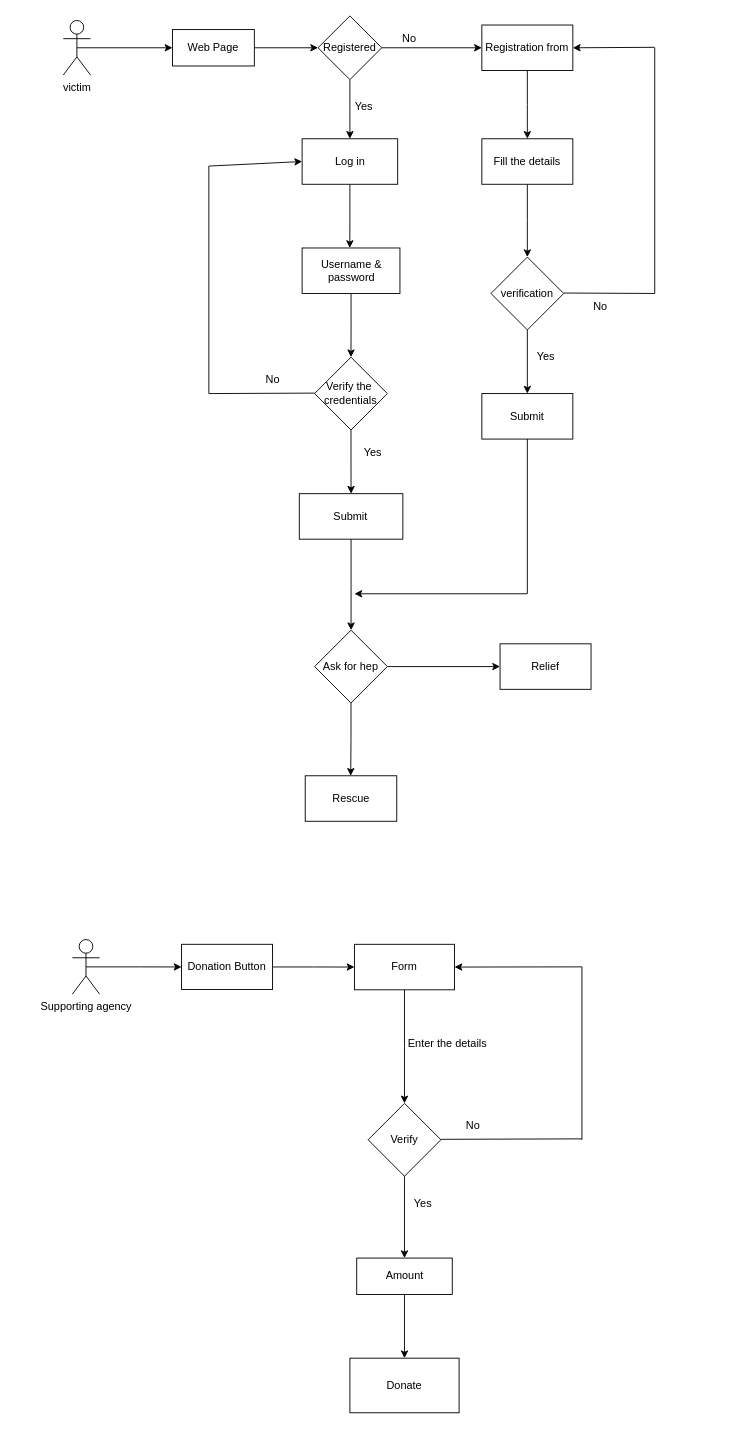
ShubhamJejurkar98/Repository1 keeps this draw.io diagram as CFD Diagram.drawio. Above is the earlier version. Source tidied: cells renumbered, new cells numbered last; positions are measured from the earlier drawing's top-left corner, leaving out a move shared by most shapes. Both pictures are drawn from the tidied source at 91%, with x=0, y=0 at pixel (63, 15).
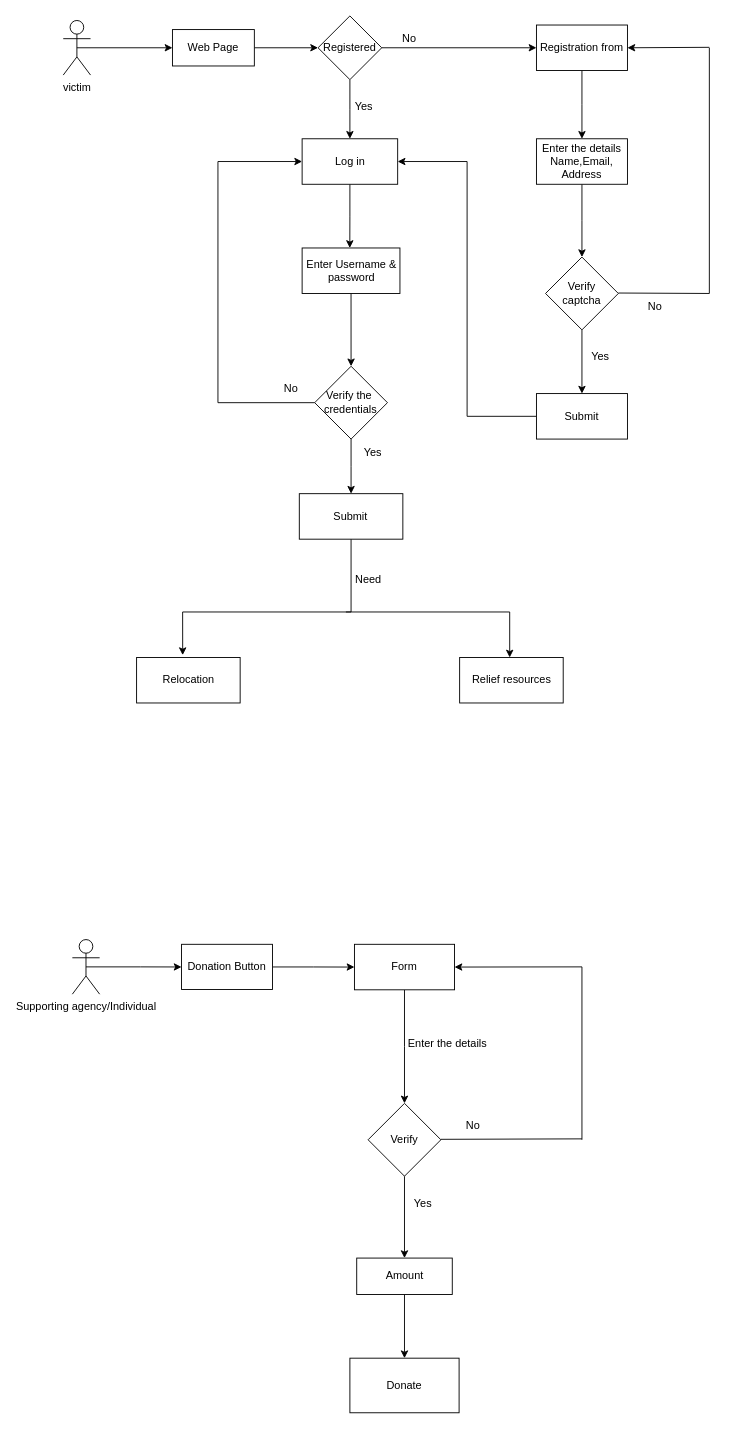
The same diagram, later.

Unchanged cells that the change refers to:
```xml
<mxCell id="24" value="Log in" style="rounded=0;whiteSpace=wrap;html=1;" parent="1" vertex="1">
  <mxGeometry x="262.5" y="135" width="105" height="50" as="geometry" />
</mxCell>
<mxCell id="34" value="Submit" style="rounded=0;whiteSpace=wrap;html=1;" parent="1" vertex="1">
  <mxGeometry x="259.4" y="525" width="113.8" height="50" as="geometry" />
</mxCell>
```

Diff of the diagram source:
```diff
@@
     <mxCell id="11" style="edgeStyle=orthogonalEdgeStyle;rounded=0;jettySize=auto;html=1;exitX=0.5;exitY=1;exitDx=0;exitDy=0;" parent="1" edge="1" source="12">
       <mxGeometry relative="1" as="geometry">
-        <mxPoint x="510" y="135" as="targetPoint" />
+        <mxPoint x="570" y="135" as="targetPoint" />
       </mxGeometry>
     </mxCell>
     <mxCell id="12" value="Registration from" style="rounded=0;whiteSpace=wrap;html=1;" parent="1" vertex="1">
-      <mxGeometry x="460" y="10" width="100" height="50" as="geometry" />
+      <mxGeometry x="520" y="10" width="100" height="50" as="geometry" />
     </mxCell>
     <mxCell id="13" style="edgeStyle=orthogonalEdgeStyle;rounded=0;jettySize=auto;html=1;exitX=0.5;exitY=1;exitDx=0;exitDy=0;" parent="1" edge="1" source="14">
       <mxGeometry relative="1" as="geometry">
-        <mxPoint x="510" y="265" as="targetPoint" />
+        <mxPoint x="570" y="265" as="targetPoint" />
       </mxGeometry>
     </mxCell>
-    <mxCell id="14" value="Fill the details" style="rounded=0;whiteSpace=wrap;html=1;" parent="1" vertex="1">
-      <mxGeometry x="460" y="135" width="100" height="50" as="geometry" />
+    <mxCell id="14" value="Enter the details&lt;br&gt;Name,Email,&lt;br&gt;Address" style="rounded=0;whiteSpace=wrap;html=1;" parent="1" vertex="1">
+      <mxGeometry x="520" y="135" width="100" height="50" as="geometry" />
     </mxCell>
+    <mxCell id="60" style="edgeStyle=orthogonalEdgeStyle;rounded=0;jettySize=auto;html=1;exitX=0;exitY=0.5;exitDx=0;exitDy=0;entryX=1;entryY=0.5;entryDx=0;entryDy=0;" parent="1" edge="1" source="15" target="24">
+      <mxGeometry relative="1" as="geometry" />
+    </mxCell>
     <mxCell id="15" value="Submit" style="rounded=0;whiteSpace=wrap;html=1;" parent="1" vertex="1">
-      <mxGeometry x="460" y="415" width="100" height="50" as="geometry" />
+      <mxGeometry x="520" y="415" width="100" height="50" as="geometry" />
     </mxCell>
@@
-    <mxCell id="17" value="verification" style="rhombus;whiteSpace=wrap;html=1;" parent="1" vertex="1">
-      <mxGeometry x="470" y="265" width="80" height="80" as="geometry" />
+    <mxCell id="17" value="Verify &lt;br&gt;captcha" style="rhombus;whiteSpace=wrap;html=1;" parent="1" vertex="1">
+      <mxGeometry x="530" y="265" width="80" height="80" as="geometry" />
     </mxCell>
     <mxCell id="18" value="Yes" style="text;html=1;align=center;verticalAlign=middle;fillColor=none;strokeColor=none;rounded=0;" parent="1" vertex="1">
-      <mxGeometry x="510" y="360" width="40" height="30" as="geometry" />
+      <mxGeometry x="570" y="360" width="40" height="30" as="geometry" />
     </mxCell>
     <mxCell id="19" style="endArrow=none;html=1;rounded=0;" parent="1" edge="1">
       <mxGeometry relative="1" as="geometry">
-        <mxPoint x="550" y="304.5" as="sourcePoint" />
-        <mxPoint x="650" y="305" as="targetPoint" />
+        <mxPoint x="610" y="304.5" as="sourcePoint" />
+        <mxPoint x="710" y="305" as="targetPoint" />
       </mxGeometry>
     </mxCell>
     <mxCell id="20" value="No" style="text;html=1;align=center;verticalAlign=middle;fillColor=none;strokeColor=none;rounded=0;" parent="1" vertex="1">
-      <mxGeometry x="570" y="305" width="40" height="30" as="geometry" />
+      <mxGeometry x="630" y="305" width="40" height="30" as="geometry" />
     </mxCell>
     <mxCell id="21" style="endArrow=none;html=1;rounded=0;" parent="1" edge="1">
       <mxGeometry relative="1" as="geometry">
-        <mxPoint x="650" y="305" as="sourcePoint" />
-        <mxPoint x="650" y="35" as="targetPoint" />
+        <mxPoint x="710" y="305" as="sourcePoint" />
+        <mxPoint x="710" y="35" as="targetPoint" />
       </mxGeometry>
     </mxCell>
     <mxCell id="22" style="endArrow=classic;html=1;rounded=0;entryX=1;entryY=0.5;entryDx=0;entryDy=0;" parent="1" edge="1" target="12">
       <mxGeometry relative="1" as="geometry">
-        <mxPoint x="650" y="34.5" as="sourcePoint" />
+        <mxPoint x="710" y="34.5" as="sourcePoint" />
       </mxGeometry>
     </mxCell>
@@
-    <mxCell id="26" value="Username &amp;amp; password" style="rounded=0;whiteSpace=wrap;html=1;" parent="1" vertex="1">
+    <mxCell id="26" value="Enter Username &amp;amp; password" style="rounded=0;whiteSpace=wrap;html=1;" parent="1" vertex="1">
       <mxGeometry x="262.5" y="255" width="107.5" height="50" as="geometry" />
     </mxCell>
@@
+    <mxCell id="61" style="edgeStyle=orthogonalEdgeStyle;rounded=0;jettySize=auto;html=1;exitX=0;exitY=0.5;exitDx=0;exitDy=0;entryX=0;entryY=0.5;entryDx=0;entryDy=0;" parent="1" edge="1" source="28" target="24">
+      <mxGeometry relative="1" as="geometry">
+        <Array as="points">
+          <mxPoint x="170" y="425" />
+          <mxPoint x="170" y="160" />
+        </Array>
+      </mxGeometry>
+    </mxCell>
     <mxCell id="28" value="Verify the&amp;nbsp;&lt;br&gt;credentials" style="rhombus;whiteSpace=wrap;html=1;" parent="1" vertex="1">
-      <mxGeometry x="276.2" y="375" width="80" height="80" as="geometry" />
+      <mxGeometry x="276.3" y="385" width="80" height="80" as="geometry" />
     </mxCell>
-    <mxCell id="29" style="endArrow=none;html=1;rounded=0;" parent="1" edge="1">
-      <mxGeometry relative="1" as="geometry">
-        <mxPoint x="276.2" y="414.5" as="sourcePoint" />
-        <mxPoint x="160" y="415" as="targetPoint" />
-      </mxGeometry>
-    </mxCell>
-    <mxCell id="30" style="endArrow=none;html=1;rounded=0;" parent="1" edge="1">
-      <mxGeometry relative="1" as="geometry">
-        <mxPoint x="160" y="415" as="sourcePoint" />
-        <mxPoint x="160" y="165" as="targetPoint" />
-      </mxGeometry>
-    </mxCell>
-    <mxCell id="31" style="endArrow=classic;html=1;rounded=0;entryX=0;entryY=0.5;entryDx=0;entryDy=0;" parent="1" edge="1" target="24">
-      <mxGeometry relative="1" as="geometry">
-        <mxPoint x="160" y="165" as="sourcePoint" />
-      </mxGeometry>
-    </mxCell>
     <mxCell id="32" value="No" style="text;html=1;align=center;verticalAlign=middle;fillColor=none;strokeColor=none;rounded=0;" parent="1" vertex="1">
-      <mxGeometry x="210" y="385" width="40" height="30" as="geometry" />
+      <mxGeometry x="230" y="395" width="40" height="30" as="geometry" />
     </mxCell>
-    <mxCell id="33" style="edgeStyle=orthogonalEdgeStyle;rounded=0;jettySize=auto;html=1;exitX=0.5;exitY=1;exitDx=0;exitDy=0;" parent="1" edge="1" source="34">
-      <mxGeometry relative="1" as="geometry">
-        <mxPoint x="316.3" y="675" as="targetPoint" />
-      </mxGeometry>
-    </mxCell>
+    <mxCell id="62" style="edgeStyle=orthogonalEdgeStyle;rounded=0;jettySize=auto;html=1;entryX=0.445;entryY=-0.052;entryDx=0;entryDy=0;entryPerimeter=0;exitX=0.5;exitY=1;exitDx=0;exitDy=0;" parent="1" edge="1" source="34" target="63">
+      <mxGeometry relative="1" as="geometry">
+        <Array as="points">
+          <mxPoint x="316" y="655" />
+          <mxPoint x="131" y="655" />
+        </Array>
+      </mxGeometry>
+    </mxCell>
@@
-    <mxCell id="36" style="edgeStyle=orthogonalEdgeStyle;rounded=0;jettySize=auto;html=1;exitX=1;exitY=0.5;exitDx=0;exitDy=0;" parent="1" edge="1" source="38" target="39">
-      <mxGeometry relative="1" as="geometry" />
-    </mxCell>
-    <mxCell id="37" style="edgeStyle=orthogonalEdgeStyle;rounded=0;jettySize=auto;html=1;exitX=0.5;exitY=1;exitDx=0;exitDy=0;" parent="1" edge="1" source="38">
-      <mxGeometry relative="1" as="geometry">
-        <mxPoint x="315.9" y="835" as="targetPoint" />
-      </mxGeometry>
-    </mxCell>
-    <mxCell id="38" value="Ask for hep" style="rhombus;whiteSpace=wrap;html=1;" parent="1" vertex="1">
-      <mxGeometry x="276.2" y="675" width="80" height="80" as="geometry" />
-    </mxCell>
-    <mxCell id="39" value="Relief" style="rounded=0;whiteSpace=wrap;html=1;" parent="1" vertex="1">
-      <mxGeometry x="480" y="690" width="100" height="50" as="geometry" />
-    </mxCell>
-    <mxCell id="40" value="Rescue" style="rounded=0;whiteSpace=wrap;html=1;" parent="1" vertex="1">
-      <mxGeometry x="265.9" y="835" width="100.6" height="50" as="geometry" />
-    </mxCell>
-    <mxCell id="41" style="endArrow=none;html=1;rounded=0;" parent="1" edge="1">
-      <mxGeometry relative="1" as="geometry">
-        <mxPoint x="510" y="635" as="sourcePoint" />
-        <mxPoint x="510" y="465" as="targetPoint" />
-      </mxGeometry>
-    </mxCell>
-    <mxCell id="42" style="endArrow=classic;html=1;rounded=0;" parent="1" edge="1">
-      <mxGeometry relative="1" as="geometry">
-        <mxPoint x="510" y="635" as="sourcePoint" />
-        <mxPoint x="320" y="635" as="targetPoint" />
-      </mxGeometry>
-    </mxCell>
@@
-    <mxCell id="44" value="Supporting agency" style="shape=umlActor;verticalLabelPosition=bottom;verticalAlign=top;html=1;outlineConnect=0;" parent="1" vertex="1">
+    <mxCell id="44" value="Supporting agency/Individual" style="shape=umlActor;verticalLabelPosition=bottom;verticalAlign=top;html=1;outlineConnect=0;" parent="1" vertex="1">
       <mxGeometry x="10" y="1015" width="30" height="60" as="geometry" />
     </mxCell>
@@
+    <mxCell id="63" value="Relocation" style="rounded=0;whiteSpace=wrap;html=1;" parent="1" vertex="1">
+      <mxGeometry x="80.6" y="705" width="113.8" height="50" as="geometry" />
+    </mxCell>
+    <mxCell id="64" value="Relief resources" style="rounded=0;whiteSpace=wrap;html=1;" parent="1" vertex="1">
+      <mxGeometry x="435.6" y="705" width="113.8" height="50" as="geometry" />
+    </mxCell>
+    <mxCell id="65" style="endArrow=none;html=1;rounded=0;" parent="1" edge="1">
+      <mxGeometry relative="1" as="geometry">
+        <mxPoint x="310.6" y="655" as="sourcePoint" />
+        <mxPoint x="490.6" y="655" as="targetPoint" />
+      </mxGeometry>
+    </mxCell>
+    <mxCell id="66" style="endArrow=classic;html=1;rounded=0;" parent="1" edge="1">
+      <mxGeometry relative="1" as="geometry">
+        <mxPoint x="490.6" y="655" as="sourcePoint" />
+        <mxPoint x="490.6" y="705" as="targetPoint" />
+      </mxGeometry>
+    </mxCell>
+    <mxCell id="67" value="Need" style="text;html=1;align=center;verticalAlign=middle;fillColor=none;strokeColor=none;rounded=0;" parent="1" vertex="1">
+      <mxGeometry x="310" y="605" width="50" height="30" as="geometry" />
+    </mxCell>
```
